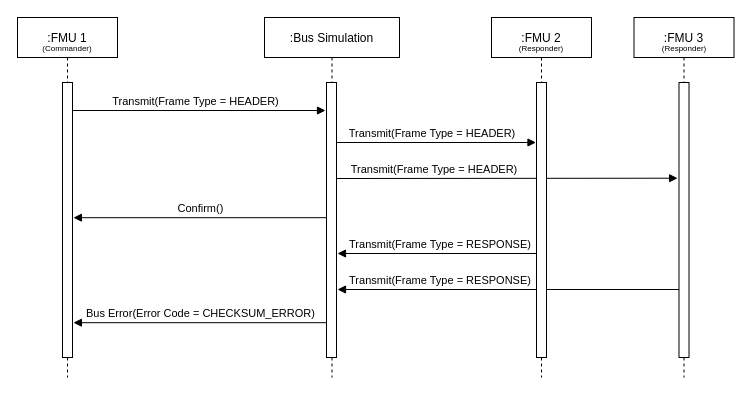
This is docs/images/lin_collision_with_bus_simulation_fmu.drawio from modelica/fmi-ls-bus, a draw.io file, before an edit. Source tidied: cells renumbered, new cells numbered last; positions are measured from the earlier drawing's top-left corner, leaving out a move shared by most shapes. Both pictures are drawn from the tidied source at 100%, with x=0, y=0 at pixel (17, 17).
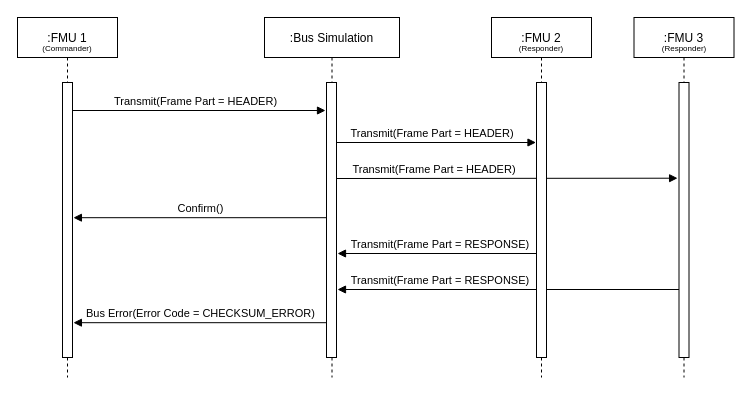
After the change.

Unchanged cells that the change refers to:
```xml
<mxCell id="5" value=":FMU 1" style="shape=umlLifeline;perimeter=lifelinePerimeter;rounded=0;shadow=0;strokeWidth=1;" parent="1" vertex="1">
  <mxGeometry width="100" height="360" as="geometry" />
</mxCell>
<mxCell id="8" value=":Bus Simulation" style="shape=umlLifeline;perimeter=lifelinePerimeter;rounded=0;shadow=0;strokeWidth=1;" parent="1" vertex="1">
  <mxGeometry x="247" width="135" height="360" as="geometry" />
</mxCell>
```

The edit, as a diff of the source:
```diff
@@
-    <mxCell id="4" value="Transmit(Frame Type = HEADER)" style="verticalAlign=bottom;endArrow=block;entryX=0;entryY=0;shadow=0;strokeWidth=1;" parent="1" edge="1" source="5">
+    <mxCell id="4" value="Transmit(Frame Part = HEADER)" style="verticalAlign=bottom;endArrow=block;entryX=0;entryY=0;shadow=0;strokeWidth=1;" parent="1" edge="1" source="5">
       <mxGeometry relative="1" as="geometry">
         <mxPoint x="308" y="93" as="targetPoint" />
       </mxGeometry>
     </mxCell>
@@
-    <mxCell id="9" value="Transmit(Frame Type = HEADER)" style="verticalAlign=bottom;endArrow=block;shadow=0;strokeWidth=1;" parent="8" edge="1">
+    <mxCell id="9" value="Transmit(Frame Part = HEADER)" style="verticalAlign=bottom;endArrow=block;shadow=0;strokeWidth=1;" parent="8" edge="1">
       <mxGeometry relative="1" as="geometry">
         <mxPoint x="65" y="125" as="sourcePoint" />
         <mxPoint x="271.5" y="125" as="targetPoint" />
       </mxGeometry>
     </mxCell>
-    <mxCell id="10" value="Transmit(Frame Type = HEADER)" style="verticalAlign=bottom;endArrow=block;shadow=0;strokeWidth=1;entryX=-0.241;entryY=0.421;entryDx=0;entryDy=0;entryPerimeter=0;" parent="8" edge="1">
+    <mxCell id="10" value="Transmit(Frame Part = HEADER)" style="verticalAlign=bottom;endArrow=block;shadow=0;strokeWidth=1;entryX=-0.241;entryY=0.421;entryDx=0;entryDy=0;entryPerimeter=0;" parent="8" edge="1">
       <mxGeometry x="-0.42" relative="1" as="geometry">
         <mxPoint x="71" y="161" as="sourcePoint" />
         <mxPoint x="413.1" y="160.7" as="targetPoint" />
       </mxGeometry>
     </mxCell>
-    <mxCell id="11" value="Transmit(Frame Type = RESPONSE)" style="verticalAlign=bottom;endArrow=none;shadow=0;strokeWidth=1;startArrow=block;startFill=1;endFill=0;" parent="8" edge="1">
+    <mxCell id="11" value="Transmit(Frame Part = RESPONSE)" style="verticalAlign=bottom;endArrow=none;shadow=0;strokeWidth=1;startArrow=block;startFill=1;endFill=0;" parent="8" edge="1">
       <mxGeometry relative="1" as="geometry">
         <mxPoint x="73" y="236" as="sourcePoint" />
         <mxPoint x="279.5" y="236" as="targetPoint" />
       </mxGeometry>
     </mxCell>
-    <mxCell id="12" value="Transmit(Frame Type = RESPONSE)" style="verticalAlign=bottom;endArrow=none;shadow=0;strokeWidth=1;startArrow=block;startFill=1;endFill=0;spacingLeft=12;" parent="8" edge="1">
+    <mxCell id="12" value="Transmit(Frame Part = RESPONSE)" style="verticalAlign=bottom;endArrow=none;shadow=0;strokeWidth=1;startArrow=block;startFill=1;endFill=0;spacingLeft=12;" parent="8" edge="1">
       <mxGeometry x="-0.44" relative="1" as="geometry">
         <mxPoint x="73" y="272" as="sourcePoint" />
         <mxPoint x="421" y="272" as="targetPoint" />
       </mxGeometry>
     </mxCell>
```
